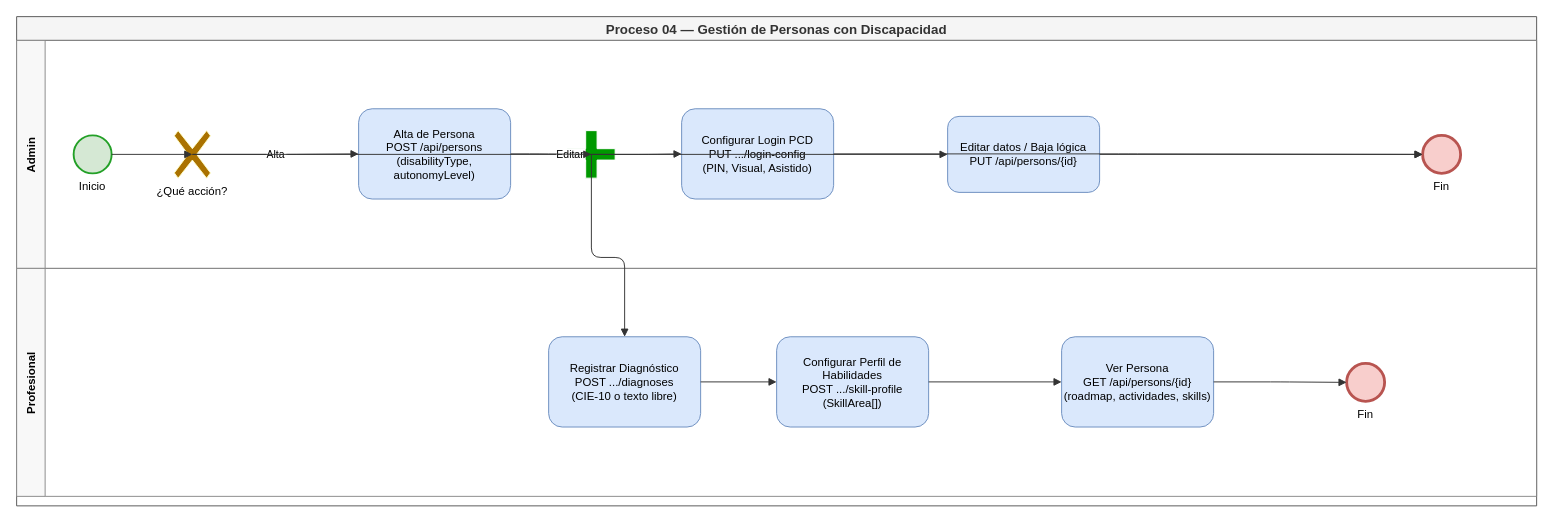
The draw.io diagram Process/BPMN/04-gestion-personas.drawio in Sacha-html/InclusiON, before the edit. Source tidied: cells renumbered, new cells numbered last; positions are measured from the earlier drawing's top-left corner, leaving out a move shared by most shapes. Both pictures are drawn from the tidied source at 95%, with x=0, y=0 at pixel (16, 16).
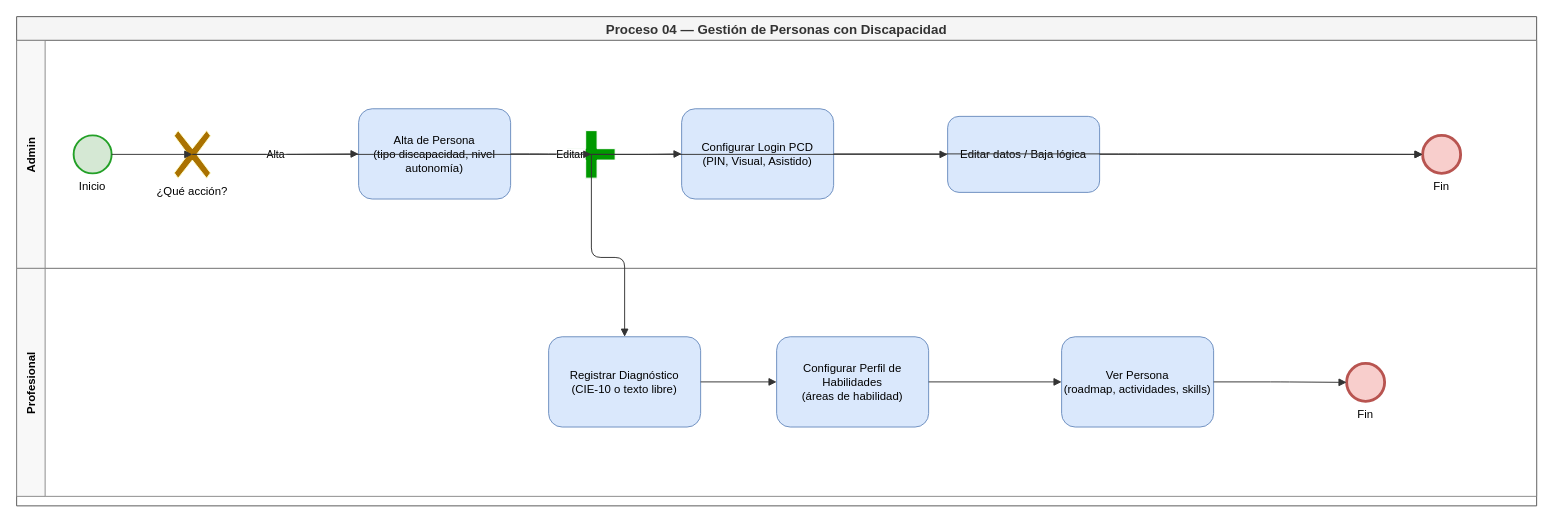
After the change.

Unchanged cells that the change refers to:
```xml
<mxCell id="3" value="Admin" style="swimlane;startSize=30;horizontal=0;fillColor=#f8f8f8;strokeColor=#888888;fontStyle=1;fontSize=12;" parent="2" vertex="1">
  <mxGeometry y="25" width="1600" height="240" as="geometry" />
</mxCell>
<mxCell id="18" value="Profesional" style="swimlane;startSize=30;horizontal=0;fillColor=#f8f8f8;strokeColor=#888888;fontStyle=1;fontSize=12;" parent="2" vertex="1">
  <mxGeometry y="265" width="1600" height="240" as="geometry" />
</mxCell>
```

What changed in the source:
```diff
@@
-    <mxCell id="6" value="Alta de Persona&#10;POST /api/persons&#10;(disabilityType, autonomyLevel)" style="rounded=1;whiteSpace=wrap;html=1;verticalAlign=middle;fillColor=#dae8fc;strokeColor=#6c8ebf;fontSize=12;align=center;" parent="3" vertex="1">
+    <mxCell id="6" value="Alta de Persona&#10;(tipo discapacidad, nivel autonomía)" style="rounded=1;whiteSpace=wrap;html=1;verticalAlign=middle;fillColor=#dae8fc;strokeColor=#6c8ebf;fontSize=12;align=center;" parent="3" vertex="1">
       <mxGeometry x="360" y="72" width="160" height="95" as="geometry" />
     </mxCell>
@@
-    <mxCell id="8" value="Configurar Login PCD&#10;PUT .../login-config&#10;(PIN, Visual, Asistido)" style="rounded=1;whiteSpace=wrap;html=1;verticalAlign=middle;fillColor=#dae8fc;strokeColor=#6c8ebf;fontSize=12;align=center;" parent="3" vertex="1">
+    <mxCell id="8" value="Configurar Login PCD&#10;(PIN, Visual, Asistido)" style="rounded=1;whiteSpace=wrap;html=1;verticalAlign=middle;fillColor=#dae8fc;strokeColor=#6c8ebf;fontSize=12;align=center;" parent="3" vertex="1">
       <mxGeometry x="700" y="72" width="160" height="95" as="geometry" />
     </mxCell>
-    <mxCell id="9" value="Editar datos / Baja lógica&#10;PUT /api/persons/{id}" style="rounded=1;whiteSpace=wrap;html=1;verticalAlign=middle;fillColor=#dae8fc;strokeColor=#6c8ebf;fontSize=12;align=center;" parent="3" vertex="1">
+    <mxCell id="9" value="Editar datos / Baja lógica" style="rounded=1;whiteSpace=wrap;html=1;verticalAlign=middle;fillColor=#dae8fc;strokeColor=#6c8ebf;fontSize=12;align=center;" parent="3" vertex="1">
       <mxGeometry x="980" y="80" width="160" height="80" as="geometry" />
     </mxCell>
@@
-    <mxCell id="19" value="Registrar Diagnóstico&#10;POST .../diagnoses&#10;(CIE-10 o texto libre)" style="rounded=1;whiteSpace=wrap;html=1;verticalAlign=middle;fillColor=#dae8fc;strokeColor=#6c8ebf;fontSize=12;align=center;" parent="18" vertex="1">
+    <mxCell id="19" value="Registrar Diagnóstico&#10;(CIE-10 o texto libre)" style="rounded=1;whiteSpace=wrap;html=1;verticalAlign=middle;fillColor=#dae8fc;strokeColor=#6c8ebf;fontSize=12;align=center;" parent="18" vertex="1">
       <mxGeometry x="560" y="72" width="160" height="95" as="geometry" />
     </mxCell>
-    <mxCell id="20" value="Configurar Perfil de Habilidades&#10;POST .../skill-profile&#10;(SkillArea[])" style="rounded=1;whiteSpace=wrap;html=1;verticalAlign=middle;fillColor=#dae8fc;strokeColor=#6c8ebf;fontSize=12;align=center;" parent="18" vertex="1">
+    <mxCell id="20" value="Configurar Perfil de Habilidades&#10;(áreas de habilidad)" style="rounded=1;whiteSpace=wrap;html=1;verticalAlign=middle;fillColor=#dae8fc;strokeColor=#6c8ebf;fontSize=12;align=center;" parent="18" vertex="1">
       <mxGeometry x="800" y="72" width="160" height="95" as="geometry" />
     </mxCell>
-    <mxCell id="21" value="Ver Persona&#10;GET /api/persons/{id}&#10;(roadmap, actividades, skills)" style="rounded=1;whiteSpace=wrap;html=1;verticalAlign=middle;fillColor=#dae8fc;strokeColor=#6c8ebf;fontSize=12;align=center;" parent="18" vertex="1">
+    <mxCell id="21" value="Ver Persona&#10;(roadmap, actividades, skills)" style="rounded=1;whiteSpace=wrap;html=1;verticalAlign=middle;fillColor=#dae8fc;strokeColor=#6c8ebf;fontSize=12;align=center;" parent="18" vertex="1">
       <mxGeometry x="1100" y="72" width="160" height="95" as="geometry" />
     </mxCell>
```
